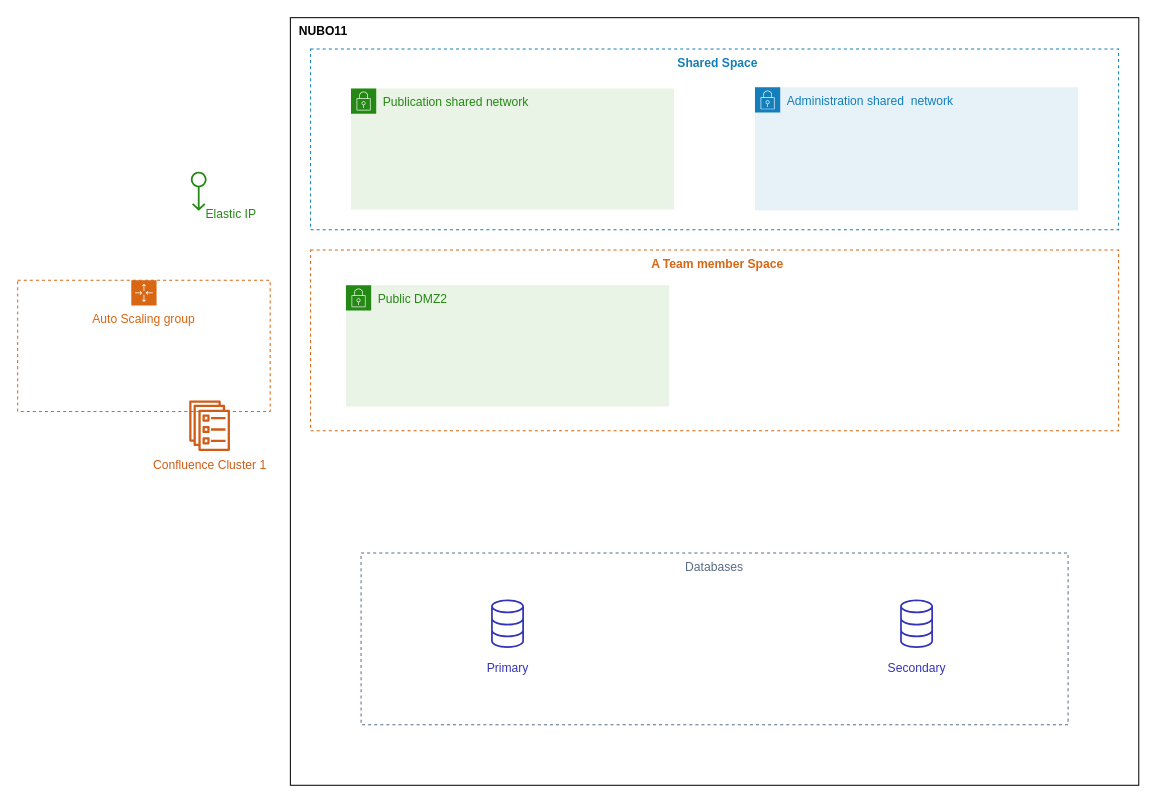
The draw.io diagram Untitled Diagram.drawio in mlahouar/proxy, before the edit. Source tidied: cells renumbered, new cells numbered last; positions are measured from the earlier drawing's top-left corner, leaving out a move shared by most shapes. Both pictures are drawn from the tidied source at 101%, with x=0, y=0 at pixel (17, 17).
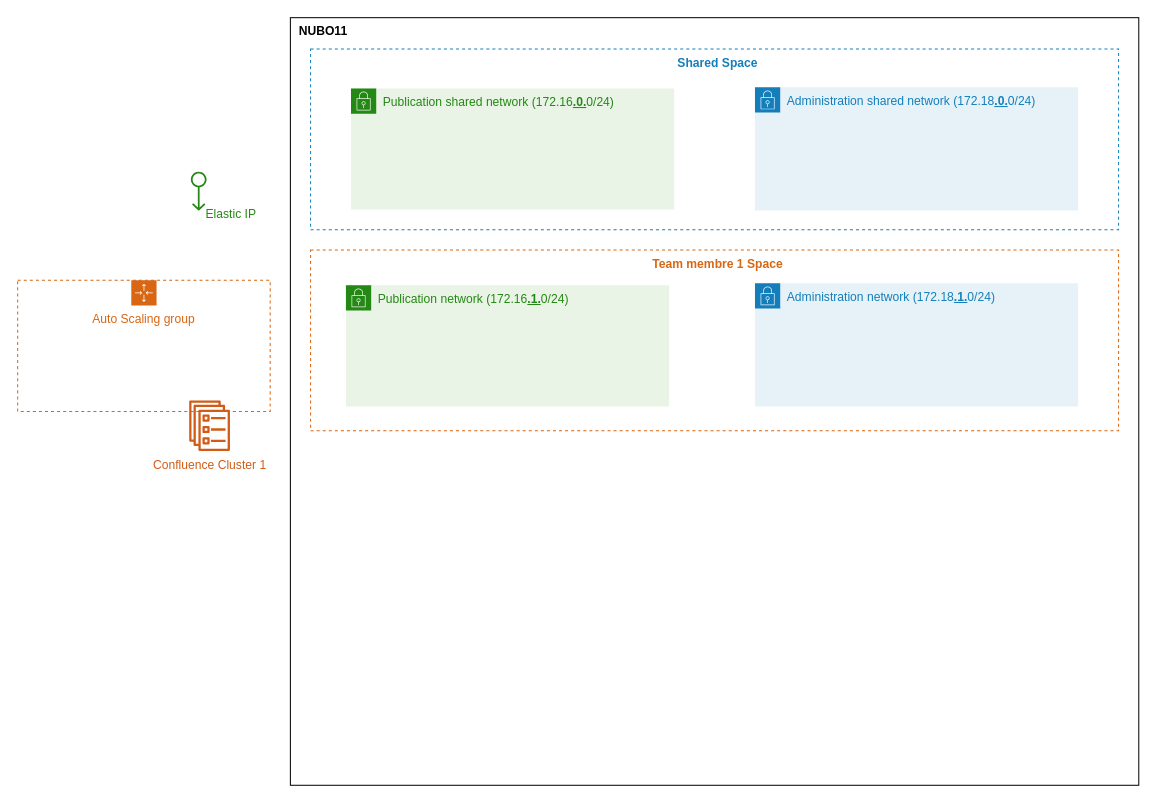
The same diagram, later.

What changed in the source:
```diff
@@
 <mxGraphModel>
   <root>
     <mxCell id="0" />
     <mxCell id="1" parent="0" />
     <mxCell id="2" value="&amp;nbsp;&amp;nbsp;&lt;b&gt;NUBO11&lt;/b&gt;" style="rounded=0;whiteSpace=wrap;html=1;fillColor=none;verticalAlign=top;align=left;" parent="1" vertex="1">
       <mxGeometry x="270" width="840" height="760" as="geometry" />
     </mxCell>
-    <mxCell id="3" value="&lt;b&gt;&amp;nbsp; A Team member Space&lt;/b&gt;" style="rounded=0;whiteSpace=wrap;html=1;verticalAlign=top;align=center;fillColor=none;fontColor=#D86613;strokeColor=#D86613;dashed=1;" parent="1" vertex="1">
+    <mxCell id="3" value="&lt;b&gt;&amp;nbsp; Team membre 1 Space&lt;/b&gt;" style="rounded=0;whiteSpace=wrap;html=1;verticalAlign=top;align=center;fillColor=none;fontColor=#D86613;strokeColor=#D86613;dashed=1;" parent="1" vertex="1">
       <mxGeometry x="290" y="230" width="800" height="179" as="geometry" />
     </mxCell>
     <mxCell id="4" value="&lt;b&gt;&amp;nbsp; Shared Space&lt;/b&gt;" style="rounded=0;whiteSpace=wrap;html=1;verticalAlign=top;align=center;fillColor=none;strokeColor=#147EBA;fontColor=#147EBA;dashed=1;" parent="1" vertex="1">
       <mxGeometry x="290" y="31" width="800" height="179" as="geometry" />
     </mxCell>
-    <mxCell id="5" value="Publication shared network" style="gradientColor=none;html=1;whiteSpace=wrap;fontSize=12;fontStyle=0;shape=mxgraph.aws4.group;grIcon=mxgraph.aws4.group_security_group;grStroke=0;strokeColor=#248814;fillColor=#E9F3E6;verticalAlign=top;align=left;spacingLeft=30;fontColor=#248814;strokeWidth=6;" parent="1" vertex="1">
+    <mxCell id="5" value="Publication shared network&amp;nbsp;(172.16&lt;b&gt;&lt;u&gt;.0.&lt;/u&gt;&lt;/b&gt;0/24)" style="gradientColor=none;html=1;whiteSpace=wrap;fontSize=12;fontStyle=0;shape=mxgraph.aws4.group;grIcon=mxgraph.aws4.group_security_group;grStroke=0;strokeColor=#248814;fillColor=#E9F3E6;verticalAlign=top;align=left;spacingLeft=30;fontColor=#248814;strokeWidth=6;" parent="1" vertex="1">
       <mxGeometry x="330" y="70" width="320" height="120" as="geometry" />
     </mxCell>
-    <mxCell id="6" value="Public DMZ2" style="gradientColor=none;html=1;whiteSpace=wrap;fontSize=12;fontStyle=0;shape=mxgraph.aws4.group;grIcon=mxgraph.aws4.group_security_group;grStroke=0;strokeColor=#248814;fillColor=#E9F3E6;verticalAlign=top;align=left;spacingLeft=30;fontColor=#248814;dashed=0;" parent="1" vertex="1">
+    <mxCell id="6" value="Publication network (172.16&lt;b&gt;&lt;u&gt;.1.&lt;/u&gt;&lt;/b&gt;0/24)" style="gradientColor=none;html=1;whiteSpace=wrap;fontSize=12;fontStyle=0;shape=mxgraph.aws4.group;grIcon=mxgraph.aws4.group_security_group;grStroke=0;strokeColor=#248814;fillColor=#E9F3E6;verticalAlign=top;align=left;spacingLeft=30;fontColor=#248814;dashed=0;" parent="1" vertex="1">
       <mxGeometry x="325" y="265" width="320" height="120" as="geometry" />
     </mxCell>
-    <mxCell id="7" value="Administration shared &amp;nbsp;network" style="gradientColor=none;html=1;whiteSpace=wrap;fontSize=12;fontStyle=0;shape=mxgraph.aws4.group;grIcon=mxgraph.aws4.group_security_group;grStroke=0;strokeColor=#147EBA;fillColor=#E6F2F8;verticalAlign=top;align=left;spacingLeft=30;fontColor=#147EBA;dashed=0;" parent="1" vertex="1">
+    <mxCell id="7" value="Administration shared network&amp;nbsp;(172.18&lt;b&gt;&lt;u&gt;.0.&lt;/u&gt;&lt;/b&gt;0/24)" style="gradientColor=none;html=1;whiteSpace=wrap;fontSize=12;fontStyle=0;shape=mxgraph.aws4.group;grIcon=mxgraph.aws4.group_security_group;grStroke=0;strokeColor=#147EBA;fillColor=#E6F2F8;verticalAlign=top;align=left;spacingLeft=30;fontColor=#147EBA;dashed=0;" parent="1" vertex="1">
       <mxGeometry x="730" y="69" width="320" height="122" as="geometry" />
     </mxCell>
     <mxCell id="8" value="Auto Scaling group" style="gradientColor=none;html=1;whiteSpace=wrap;fontSize=12;fontStyle=0;shape=mxgraph.aws4.groupCenter;grIcon=mxgraph.aws4.group_auto_scaling_group;grStroke=1;strokeColor=#D86613;fillColor=none;verticalAlign=top;align=center;fontColor=#D86613;dashed=1;spacingTop=25;" parent="1" vertex="1">
       <mxGeometry y="260" width="250" height="130" as="geometry" />
     </mxCell>
     <mxCell id="9" value="Confluence Cluster 1" style="gradientColor=none;fillColor=#D05C17;strokeColor=none;dashed=0;verticalLabelPosition=bottom;verticalAlign=top;align=center;html=1;fontSize=12;fontStyle=0;shape=mxgraph.aws4.ecs_service;fontColor=#D05C17;" parent="1" vertex="1">
       <mxGeometry x="169.5" y="379" width="41" height="50" as="geometry" />
     </mxCell>
     <mxCell id="10" value="Elastic IP" style="gradientColor=none;strokeColor=#248814;dashed=0;verticalLabelPosition=bottom;verticalAlign=middle;align=center;html=1;fontSize=12;fontStyle=0;shape=mxgraph.aws4.elastic_ip_address;rotation=90;spacingLeft=30;fillColor=#248814;fontColor=#248814;horizontal=0;labelPosition=center;spacingTop=46;" parent="1" vertex="1">
       <mxGeometry x="160" y="163.6" width="38.5" height="16.3" as="geometry" />
     </mxCell>
-    <mxCell id="11" value="Primary" style="gradientColor=none;dashed=0;verticalLabelPosition=bottom;verticalAlign=top;align=center;html=1;fontSize=12;fontStyle=0;shape=mxgraph.aws4.resourceIcon;resIcon=mxgraph.aws4.database;fillColor=none;strokeColor=#3334B9;fontColor=#3334B9;" parent="1" vertex="1">
-      <mxGeometry x="455" y="570" width="60" height="60" as="geometry" />
-    </mxCell>
-    <mxCell id="12" value="Secondary" style="gradientColor=none;dashed=0;verticalLabelPosition=bottom;verticalAlign=top;align=center;html=1;fontSize=12;fontStyle=0;shape=mxgraph.aws4.resourceIcon;resIcon=mxgraph.aws4.database;fillColor=none;strokeColor=#3334B9;fontColor=#3334B9;" parent="1" vertex="1">
-      <mxGeometry x="860" y="570" width="60" height="60" as="geometry" />
-    </mxCell>
-    <mxCell id="13" value="Databases" style="fillColor=none;strokeColor=#5A6C86;dashed=1;verticalAlign=top;fontStyle=0;fontColor=#5A6C86;" parent="1" vertex="1">
-      <mxGeometry x="340" y="530" width="700" height="170" as="geometry" />
-    </mxCell>
+    <mxCell id="14" value="Administration network&amp;nbsp;(172.18&lt;b&gt;&lt;u&gt;.1.&lt;/u&gt;&lt;/b&gt;0/24)" style="gradientColor=none;html=1;whiteSpace=wrap;fontSize=12;fontStyle=0;shape=mxgraph.aws4.group;grIcon=mxgraph.aws4.group_security_group;grStroke=0;strokeColor=#147EBA;fillColor=#E6F2F8;verticalAlign=top;align=left;spacingLeft=30;fontColor=#147EBA;dashed=0;" parent="1" vertex="1">
+      <mxGeometry x="730" y="263" width="320" height="122" as="geometry" />
+    </mxCell>
   </root>
 </mxGraphModel>
```
